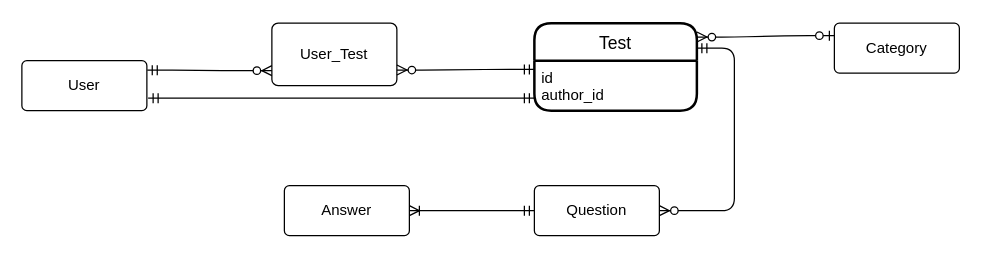
Above: Untitled Diagram.drawio in Lexxicus/TestGuru (draw.io), before the change. Source tidied: cells renumbered, new cells numbered last; positions are measured from the earlier drawing's top-left corner, leaving out a move shared by most shapes. Both pictures are drawn from the tidied source at 125%, with x=0, y=0 at pixel (21, 22).
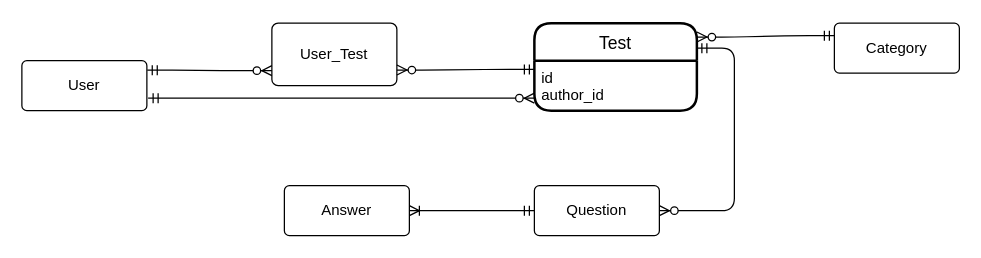
The same diagram, later.

What changed in the source:
```diff
@@
 <mxGraphModel>
   <root>
     <mxCell id="0" />
     <mxCell id="1" parent="0" />
     <mxCell id="2" value="User" style="rounded=1;arcSize=10;whiteSpace=wrap;html=1;align=center;" parent="1" vertex="1">
       <mxGeometry y="30" width="100" height="40" as="geometry" />
     </mxCell>
     <mxCell id="3" value="Question" style="rounded=1;arcSize=10;whiteSpace=wrap;html=1;align=center;" parent="1" vertex="1">
       <mxGeometry x="410" y="130" width="100" height="40" as="geometry" />
     </mxCell>
     <mxCell id="4" value="Answer" style="rounded=1;arcSize=10;whiteSpace=wrap;html=1;align=center;" parent="1" vertex="1">
       <mxGeometry x="210" y="130" width="100" height="40" as="geometry" />
     </mxCell>
     <mxCell id="5" value="User_Test" style="rounded=1;arcSize=10;whiteSpace=wrap;html=1;align=center;" parent="1" vertex="1">
       <mxGeometry x="200" width="100" height="50" as="geometry" />
     </mxCell>
     <mxCell id="6" value="Category" style="rounded=1;arcSize=10;whiteSpace=wrap;html=1;align=center;" parent="1" vertex="1">
       <mxGeometry x="650" width="100" height="40" as="geometry" />
     </mxCell>
     <mxCell id="7" style="edgeStyle=entityRelationEdgeStyle;fontSize=12;html=1;endArrow=ERzeroToMany;startArrow=ERmandOne;startFill=0;exitX=1.003;exitY=0.192;exitDx=0;exitDy=0;exitPerimeter=0;" parent="1" edge="1" source="2">
       <mxGeometry relative="1" as="geometry">
         <mxPoint x="200" y="38" as="targetPoint" />
       </mxGeometry>
     </mxCell>
     <mxCell id="8" style="edgeStyle=entityRelationEdgeStyle;fontSize=12;html=1;endArrow=ERmandOne;startArrow=ERzeroToMany;startFill=1;endFill=0;exitX=1;exitY=0.75;exitDx=0;exitDy=0;" parent="1" edge="1" source="5">
       <mxGeometry relative="1" as="geometry">
         <mxPoint x="410" y="37" as="targetPoint" />
       </mxGeometry>
     </mxCell>
-    <mxCell id="9" style="edgeStyle=entityRelationEdgeStyle;fontSize=12;html=1;endArrow=ERzeroToOne;startArrow=ERzeroToMany;startFill=1;endFill=1;entryX=0;entryY=0.25;entryDx=0;entryDy=0;exitX=1;exitY=0.159;exitDx=0;exitDy=0;exitPerimeter=0;" parent="1" edge="1" source="13" target="6">
+    <mxCell id="9" style="edgeStyle=entityRelationEdgeStyle;fontSize=12;html=1;endArrow=ERmandOne;startArrow=ERzeroToMany;startFill=1;endFill=0;entryX=0;entryY=0.25;entryDx=0;entryDy=0;exitX=1;exitY=0.159;exitDx=0;exitDy=0;exitPerimeter=0;" parent="1" edge="1" source="13" target="6">
       <mxGeometry relative="1" as="geometry" />
     </mxCell>
     <mxCell id="10" style="edgeStyle=entityRelationEdgeStyle;fontSize=12;html=1;endArrow=ERzeroToMany;entryX=1;entryY=0.5;entryDx=0;entryDy=0;startArrow=ERmandOne;startFill=0;endFill=1;" parent="1" edge="1" target="3">
       <mxGeometry relative="1" as="geometry">
         <mxPoint x="540" y="20" as="sourcePoint" />
       </mxGeometry>
     </mxCell>
     <mxCell id="11" style="edgeStyle=entityRelationEdgeStyle;fontSize=12;html=1;endArrow=ERmandOne;startArrow=ERoneToMany;endFill=0;startFill=0;entryX=0;entryY=0.5;entryDx=0;entryDy=0;exitX=1;exitY=0.5;exitDx=0;exitDy=0;" parent="1" edge="1" source="4" target="3">
       <mxGeometry relative="1" as="geometry" />
     </mxCell>
-    <mxCell id="12" style="edgeStyle=entityRelationEdgeStyle;fontSize=12;html=1;endArrow=ERmandOne;startArrow=ERmandOne;entryX=0;entryY=0.75;entryDx=0;entryDy=0;" parent="1" edge="1" target="14">
+    <mxCell id="12" style="edgeStyle=entityRelationEdgeStyle;fontSize=12;html=1;endArrow=ERzeroToMany;startArrow=ERmandOne;entryX=0;entryY=0.75;entryDx=0;entryDy=0;endFill=1;" parent="1" edge="1" target="14">
       <mxGeometry relative="1" as="geometry">
         <mxPoint x="101" y="60" as="sourcePoint" />
       </mxGeometry>
     </mxCell>
     <mxCell id="13" value="Test" style="swimlane;horizontal=1;startSize=30;rounded=1;fontSize=14;fontStyle=0;strokeWidth=2;shadow=0;dashed=0;align=center;" parent="1" vertex="1">
       <mxGeometry x="410" width="130" height="70" as="geometry" />
     </mxCell>
     <mxCell id="14" value="id&#10;author_id" style="align=left;strokeColor=none;fillColor=none;spacingLeft=4;fontSize=12;verticalAlign=top;" parent="13" vertex="1">
       <mxGeometry y="30" width="130" height="40" as="geometry" />
     </mxCell>
   </root>
 </mxGraphModel>
```
